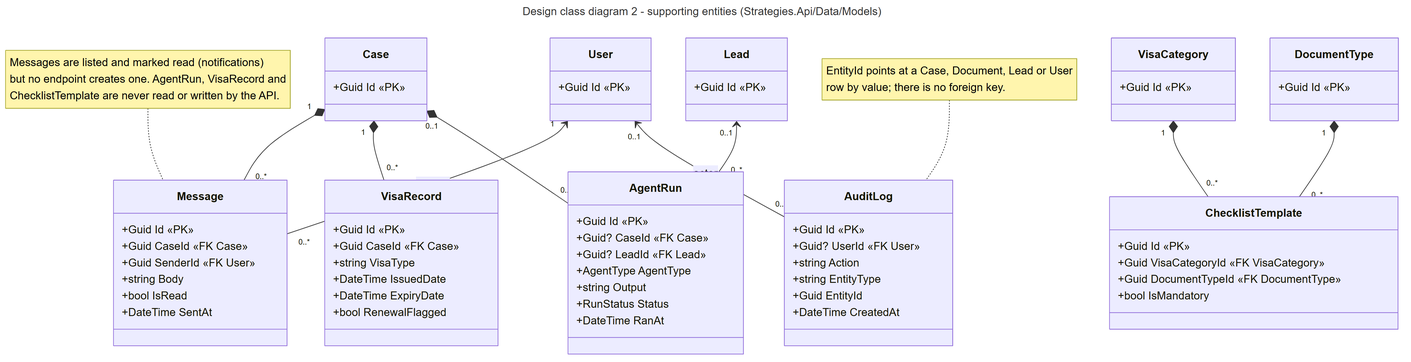
This is docs/diagrams/design-class-supporting.png from Muthambi-Mbulungeni/final-project-api, a Mermaid export, as it was before one commit. Its source is kept beside it as docs/diagrams/design-class-supporting.mmd.
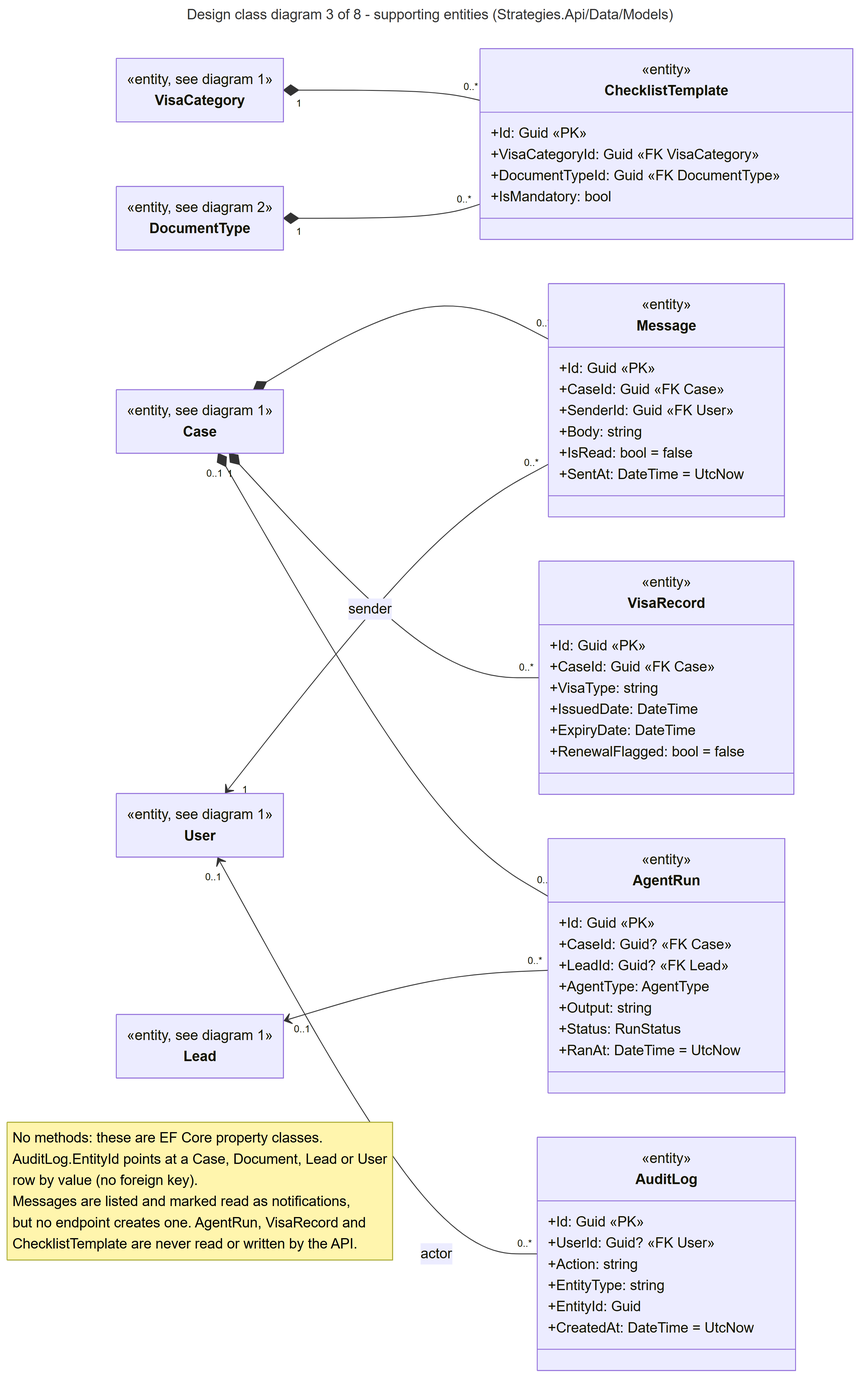
Above is the later version.

The edit, as a diff of the source:
```diff
@@ -1,62 +1,67 @@
 ---
-title: Design class diagram 2 - supporting entities (Strategies.Api/Data/Models)
+title: Design class diagram 3 of 8 - supporting entities (Strategies.Api/Data/Models)
 ---
 classDiagram
-    direction TB
+    direction LR
 
+    class ChecklistTemplate {
+        <<entity>>
+        +Id: Guid «PK»
+        +VisaCategoryId: Guid «FK VisaCategory»
+        +DocumentTypeId: Guid «FK DocumentType»
+        +IsMandatory: bool
+    }
+    class Message {
+        <<entity>>
+        +Id: Guid «PK»
+        +CaseId: Guid «FK Case»
+        +SenderId: Guid «FK User»
+        +Body: string
+        +IsRead: bool = false
+        +SentAt: DateTime = UtcNow
+    }
+    class VisaRecord {
+        <<entity>>
+        +Id: Guid «PK»
+        +CaseId: Guid «FK Case»
+        +VisaType: string
+        +IssuedDate: DateTime
+        +ExpiryDate: DateTime
+        +RenewalFlagged: bool = false
+    }
+    class AgentRun {
+        <<entity>>
+        +Id: Guid «PK»
+        +CaseId: Guid? «FK Case»
+        +LeadId: Guid? «FK Lead»
+        +AgentType: AgentType
+        +Output: string
+        +Status: RunStatus
+        +RanAt: DateTime = UtcNow
+    }
+    class AuditLog {
+        <<entity>>
+        +Id: Guid «PK»
+        +UserId: Guid? «FK User»
+        +Action: string
+        +EntityType: string
+        +EntityId: Guid
+        +CreatedAt: DateTime = UtcNow
+    }
+    class VisaCategory {
+        <<entity, see diagram 1>>
+    }
+    class DocumentType {
+        <<entity, see diagram 2>>
+    }
     class Case {
-        +Guid Id «PK»
+        <<entity, see diagram 1>>
+    }
+    class Lead {
+        <<entity, see diagram 1>>
     }
     class User {
-        +Guid Id «PK»
-    }
-    class Lead {
-        +Guid Id «PK»
-    }
-    class VisaCategory {
-        +Guid Id «PK»
-    }
-    class DocumentType {
-        +Guid Id «PK»
-    }
-    class ChecklistTemplate {
-        +Guid Id «PK»
-        +Guid VisaCategoryId «FK VisaCategory»
-        +Guid DocumentTypeId «FK DocumentType»
-        +bool IsMandatory
-    }
-    class Message {
-        +Guid Id «PK»
-        +Guid CaseId «FK Case»
-        +Guid SenderId «FK User»
-        +string Body
-        +bool IsRead
-        +DateTime SentAt
-    }
-    class VisaRecord {
-        +Guid Id «PK»
-        +Guid CaseId «FK Case»
-        +string VisaType
-        +DateTime IssuedDate
-        +DateTime ExpiryDate
-        +bool RenewalFlagged
-    }
-    class AgentRun {
-        +Guid Id «PK»
-        +Guid? CaseId «FK Case»
-        +Guid? LeadId «FK Lead»
-        +AgentType AgentType
-        +string Output
-        +RunStatus Status
-        +DateTime RanAt
-    }
-    class AuditLog {
-        +Guid Id «PK»
-        +Guid? UserId «FK User»
-        +string Action
-        +string EntityType
-        +Guid EntityId
-        +DateTime CreatedAt
+        <<entity, see diagram 1>>
     }
 
     VisaCategory "1" *-- "0..*" ChecklistTemplate
@@ -68,5 +73,4 @@
     Lead "0..1" <-- "0..*" AgentRun
     User "0..1" <-- "0..*" AuditLog : actor
 
-    note for AuditLog "EntityId points at a Case, Document, Lead or User<br>row by value; there is no foreign key."
-    note for Message "Messages are listed and marked read (notifications)<br>but no endpoint creates one. AgentRun, VisaRecord and<br>ChecklistTemplate are never read or written by the API."
+    note "No methods: these are EF Core property classes.<br>AuditLog.EntityId points at a Case, Document, Lead or User<br>row by value (no foreign key).<br>Messages are listed and marked read as notifications,<br>but no endpoint creates one. AgentRun, VisaRecord and<br>ChecklistTemplate are never read or written by the API."
```
